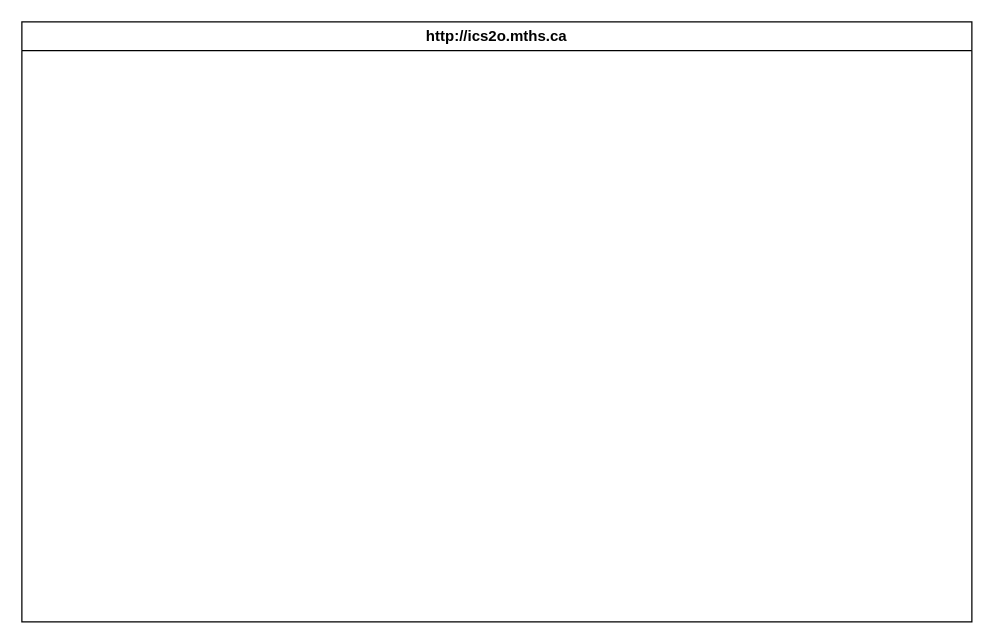
MTHS-ICS2O-2-2022/ICS2O-Unit-5-06-charlotte-jhu keeps this draw.io diagram as design/storyboard.drawio. Above is the earlier version. Source tidied: cells renumbered, new cells numbered last; positions are measured from the earlier drawing's top-left corner, leaving out a move shared by most shapes. Both pictures are drawn from the tidied source at 125%, with x=0, y=0 at pixel (21, 21). Pictures stored in the file or linked from it are replaced by grey dashed boxes.
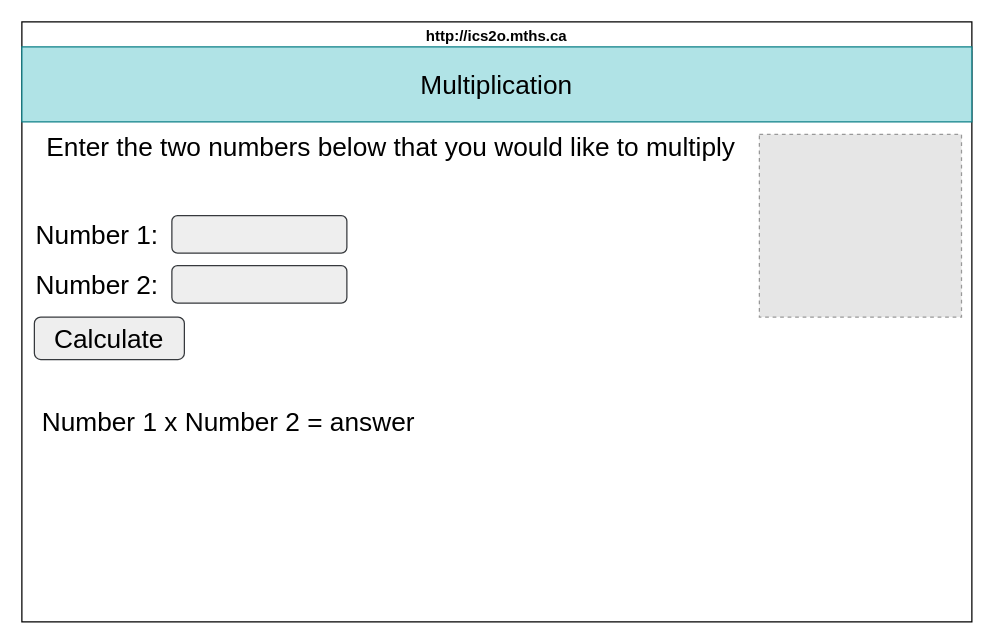
After the change.

What changed in the source:
```diff
@@
-<mxGraphModel>
+<mxGraphModel background="#ffffff">
   <root>
     <mxCell id="0" />
     <mxCell id="1" parent="0" />
     <mxCell id="2" value="http://ics2o.mths.ca" style="swimlane;whiteSpace=wrap;html=1;" parent="1" vertex="1">
       <mxGeometry width="760" height="480" as="geometry" />
     </mxCell>
+    <mxCell id="3" value="Multiplication" style="whiteSpace=wrap;html=1;fillColor=#b0e3e6;strokeColor=#0e8088;fontColor=#000000;fontSize=21;" parent="2" vertex="1">
+      <mxGeometry y="20" width="760" height="60" as="geometry" />
+    </mxCell>
+    <mxCell id="4" value="Enter the two numbers below that you would like to multiply" style="text;html=1;align=center;verticalAlign=middle;strokeColor=none;fillColor=none;fontSize=21;fontColor=#000000;" parent="2" vertex="1">
+      <mxGeometry y="80" width="590" height="40" as="geometry" />
+    </mxCell>
+    <mxCell id="5" style="fillColor=#E6E6E6;strokeColor=#999999;dashed=1;verticalLabelPosition=bottom;labelBackgroundColor=default;verticalAlign=top;" parent="2" vertex="1">
+      <mxGeometry x="590" y="90" width="161.7" height="146.2" as="geometry" />
+    </mxCell>
+    <mxCell id="6" value="Number 2:" style="text;html=1;align=center;verticalAlign=middle;strokeColor=none;fillColor=none;fontSize=21;fontColor=#000000;" parent="2" vertex="1">
+      <mxGeometry y="190" width="120" height="40" as="geometry" />
+    </mxCell>
+    <mxCell id="7" value="Number 1:" style="text;html=1;align=center;verticalAlign=middle;strokeColor=none;fillColor=none;fontSize=21;fontColor=#000000;" parent="2" vertex="1">
+      <mxGeometry y="150" width="120" height="40" as="geometry" />
+    </mxCell>
+    <mxCell id="8" style="rounded=1;whiteSpace=wrap;html=1;fontSize=21;fillColor=#eeeeee;strokeColor=#36393d;" parent="2" vertex="1">
+      <mxGeometry x="120" y="155" width="140" height="30" as="geometry" />
+    </mxCell>
+    <mxCell id="9" style="rounded=1;whiteSpace=wrap;html=1;fontSize=21;fillColor=#eeeeee;strokeColor=#36393d;" parent="2" vertex="1">
+      <mxGeometry x="120" y="195" width="140" height="30" as="geometry" />
+    </mxCell>
+    <mxCell id="10" value="Calculate" style="rounded=1;whiteSpace=wrap;html=1;fontSize=21;fillColor=#eeeeee;strokeColor=#36393d;fontColor=#000000;" parent="2" vertex="1">
+      <mxGeometry x="10" y="236.2" width="120" height="33.9" as="geometry" />
+    </mxCell>
+    <mxCell id="11" value="Number 1 x Number 2 = answer" style="text;html=1;align=center;verticalAlign=middle;strokeColor=none;fillColor=none;fontSize=21;fontColor=#000000;" parent="2" vertex="1">
+      <mxGeometry y="300" width="330" height="40" as="geometry" />
+    </mxCell>
   </root>
 </mxGraphModel>
```
